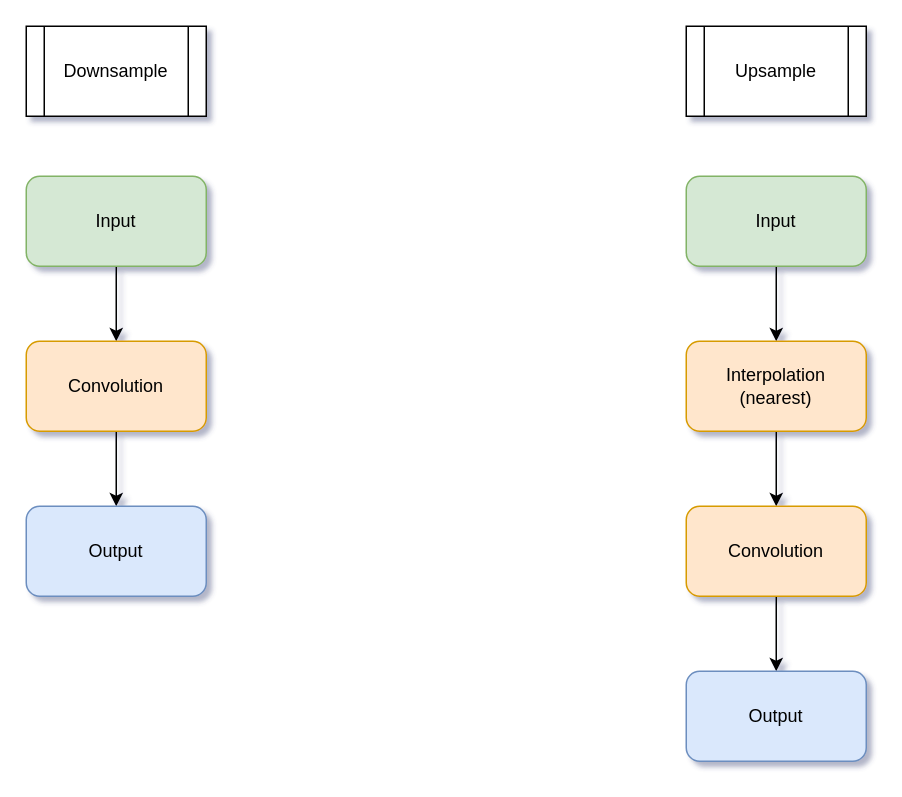
The draw.io diagram pdf/diagrams/UpDownSample.drawio in kaamka/diffusion-ct, before the edit. Source tidied: cells renumbered, new cells numbered last; positions are measured from the earlier drawing's top-left corner, leaving out a move shared by most shapes. Both pictures are drawn from the tidied source at 150%, with x=0, y=0 at pixel (26, 26).
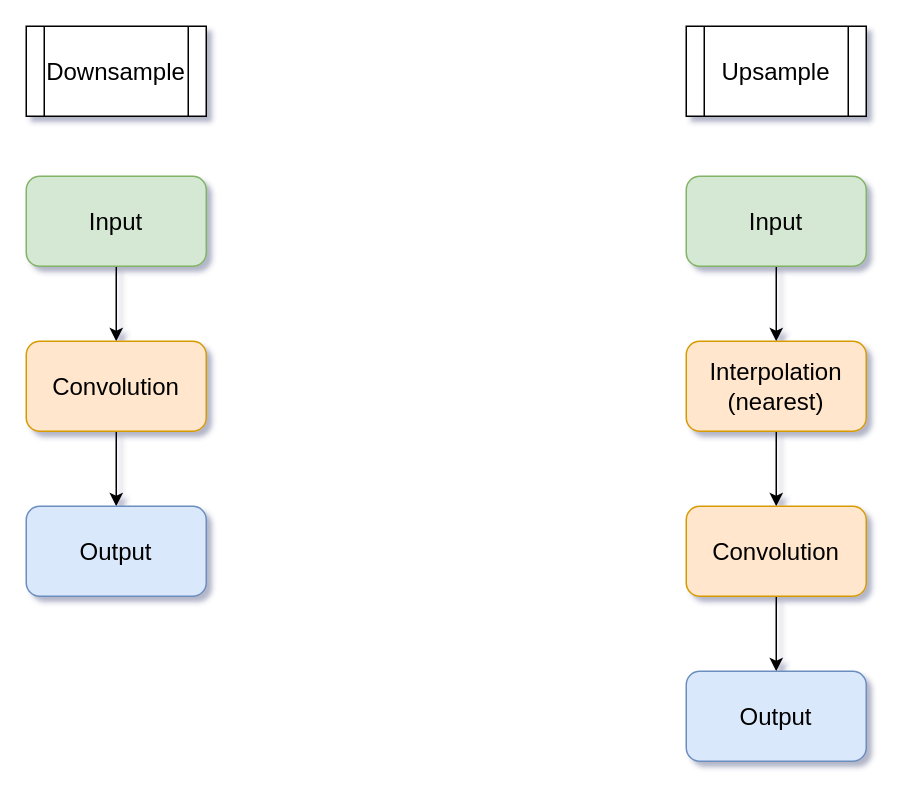
After the change.

The edit, as a diff of the source:
```diff
@@
 <mxGraphModel shadow="1">
   <root>
     <mxCell id="0" />
     <mxCell id="1" parent="0" />
-    <mxCell id="2" style="edgeStyle=orthogonalEdgeStyle;rounded=0;jettySize=auto;html=1;exitX=0.5;exitY=1;exitDx=0;exitDy=0;entryX=0.5;entryY=0;entryDx=0;entryDy=0;" parent="1" edge="1" source="3" target="12">
+    <mxCell id="2" style="edgeStyle=orthogonalEdgeStyle;rounded=0;jettySize=auto;html=1;exitX=0.5;exitY=1;exitDx=0;exitDy=0;entryX=0.5;entryY=0;entryDx=0;entryDy=0;fontSize=16;" parent="1" edge="1" source="3" target="12">
       <mxGeometry relative="1" as="geometry" />
     </mxCell>
-    <mxCell id="3" value="Input" style="rounded=1;whiteSpace=wrap;html=1;fillColor=#d5e8d4;strokeColor=#82b366;" parent="1" vertex="1">
+    <mxCell id="3" value="Input" style="rounded=1;whiteSpace=wrap;html=1;fillColor=#d5e8d4;strokeColor=#82b366;fontSize=16;" parent="1" vertex="1">
       <mxGeometry x="440" y="100" width="120" height="60" as="geometry" />
     </mxCell>
-    <mxCell id="4" style="edgeStyle=orthogonalEdgeStyle;rounded=0;jettySize=auto;html=1;exitX=0.5;exitY=1;exitDx=0;exitDy=0;entryX=0.5;entryY=0;entryDx=0;entryDy=0;" parent="1" edge="1" source="5" target="9">
+    <mxCell id="4" style="edgeStyle=orthogonalEdgeStyle;rounded=0;jettySize=auto;html=1;exitX=0.5;exitY=1;exitDx=0;exitDy=0;entryX=0.5;entryY=0;entryDx=0;entryDy=0;fontSize=16;" parent="1" edge="1" source="5" target="9">
       <mxGeometry relative="1" as="geometry" />
     </mxCell>
-    <mxCell id="5" value="Input" style="rounded=1;whiteSpace=wrap;html=1;fillColor=#d5e8d4;strokeColor=#82b366;" parent="1" vertex="1">
+    <mxCell id="5" value="Input" style="rounded=1;whiteSpace=wrap;html=1;fillColor=#d5e8d4;strokeColor=#82b366;fontSize=16;" parent="1" vertex="1">
       <mxGeometry y="100" width="120" height="60" as="geometry" />
     </mxCell>
-    <mxCell id="6" value="Downsample" style="shape=process;whiteSpace=wrap;html=1;backgroundOutline=1;" parent="1" vertex="1">
+    <mxCell id="6" value="Downsample" style="shape=process;whiteSpace=wrap;html=1;backgroundOutline=1;fontSize=16;" parent="1" vertex="1">
       <mxGeometry width="120" height="60" as="geometry" />
     </mxCell>
-    <mxCell id="7" value="Upsample" style="shape=process;whiteSpace=wrap;html=1;backgroundOutline=1;" parent="1" vertex="1">
+    <mxCell id="7" value="Upsample" style="shape=process;whiteSpace=wrap;html=1;backgroundOutline=1;fontSize=16;" parent="1" vertex="1">
       <mxGeometry x="440" width="120" height="60" as="geometry" />
     </mxCell>
-    <mxCell id="8" style="edgeStyle=orthogonalEdgeStyle;rounded=0;jettySize=auto;html=1;exitX=0.5;exitY=1;exitDx=0;exitDy=0;entryX=0.5;entryY=0;entryDx=0;entryDy=0;" parent="1" edge="1" source="9" target="10">
+    <mxCell id="8" style="edgeStyle=orthogonalEdgeStyle;rounded=0;jettySize=auto;html=1;exitX=0.5;exitY=1;exitDx=0;exitDy=0;entryX=0.5;entryY=0;entryDx=0;entryDy=0;fontSize=16;" parent="1" edge="1" source="9" target="10">
       <mxGeometry relative="1" as="geometry" />
     </mxCell>
-    <mxCell id="9" value="Convolution" style="rounded=1;whiteSpace=wrap;html=1;fillColor=#ffe6cc;strokeColor=#d79b00;" parent="1" vertex="1">
+    <mxCell id="9" value="Convolution" style="rounded=1;whiteSpace=wrap;html=1;fillColor=#ffe6cc;strokeColor=#d79b00;fontSize=16;" parent="1" vertex="1">
       <mxGeometry y="210" width="120" height="60" as="geometry" />
     </mxCell>
-    <mxCell id="10" value="Output" style="rounded=1;whiteSpace=wrap;html=1;fillColor=#dae8fc;strokeColor=#6c8ebf;" parent="1" vertex="1">
+    <mxCell id="10" value="Output" style="rounded=1;whiteSpace=wrap;html=1;fillColor=#dae8fc;strokeColor=#6c8ebf;fontSize=16;" parent="1" vertex="1">
       <mxGeometry y="320" width="120" height="60" as="geometry" />
     </mxCell>
-    <mxCell id="11" style="edgeStyle=orthogonalEdgeStyle;rounded=0;jettySize=auto;html=1;exitX=0.5;exitY=1;exitDx=0;exitDy=0;entryX=0.5;entryY=0;entryDx=0;entryDy=0;" parent="1" edge="1" source="12" target="14">
+    <mxCell id="11" style="edgeStyle=orthogonalEdgeStyle;rounded=0;jettySize=auto;html=1;exitX=0.5;exitY=1;exitDx=0;exitDy=0;entryX=0.5;entryY=0;entryDx=0;entryDy=0;fontSize=16;" parent="1" edge="1" source="12" target="14">
       <mxGeometry relative="1" as="geometry" />
     </mxCell>
-    <mxCell id="12" value="Interpolation&lt;br&gt;(nearest)" style="rounded=1;whiteSpace=wrap;html=1;fillColor=#ffe6cc;strokeColor=#d79b00;" parent="1" vertex="1">
+    <mxCell id="12" value="Interpolation&lt;br style=&quot;font-size: 16px;&quot;&gt;(nearest)" style="rounded=1;whiteSpace=wrap;html=1;fillColor=#ffe6cc;strokeColor=#d79b00;fontSize=16;" parent="1" vertex="1">
       <mxGeometry x="440" y="210" width="120" height="60" as="geometry" />
     </mxCell>
-    <mxCell id="13" style="edgeStyle=orthogonalEdgeStyle;rounded=0;jettySize=auto;html=1;exitX=0.5;exitY=1;exitDx=0;exitDy=0;entryX=0.5;entryY=0;entryDx=0;entryDy=0;" parent="1" edge="1" source="14" target="15">
+    <mxCell id="13" style="edgeStyle=orthogonalEdgeStyle;rounded=0;jettySize=auto;html=1;exitX=0.5;exitY=1;exitDx=0;exitDy=0;entryX=0.5;entryY=0;entryDx=0;entryDy=0;fontSize=16;" parent="1" edge="1" source="14" target="15">
       <mxGeometry relative="1" as="geometry" />
     </mxCell>
-    <mxCell id="14" value="Convolution" style="rounded=1;whiteSpace=wrap;html=1;fillColor=#ffe6cc;strokeColor=#d79b00;" parent="1" vertex="1">
+    <mxCell id="14" value="Convolution" style="rounded=1;whiteSpace=wrap;html=1;fillColor=#ffe6cc;strokeColor=#d79b00;fontSize=16;" parent="1" vertex="1">
       <mxGeometry x="440" y="320" width="120" height="60" as="geometry" />
     </mxCell>
-    <mxCell id="15" value="Output" style="rounded=1;whiteSpace=wrap;html=1;fillColor=#dae8fc;strokeColor=#6c8ebf;" parent="1" vertex="1">
+    <mxCell id="15" value="Output" style="rounded=1;whiteSpace=wrap;html=1;fillColor=#dae8fc;strokeColor=#6c8ebf;fontSize=16;" parent="1" vertex="1">
       <mxGeometry x="440" y="430" width="120" height="60" as="geometry" />
     </mxCell>
   </root>
 </mxGraphModel>
```
